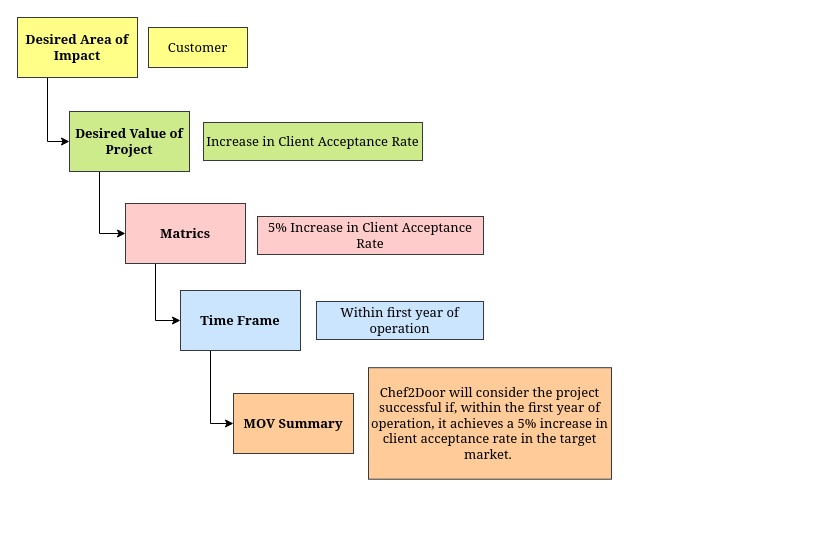
AbeSoll/Draw.io keeps this draw.io diagram as page "Page-1" (1 of 2) of Untitled Diagram.drawio. Above is the earlier version. Source tidied: cells renumbered, new cells numbered last; positions are measured from the earlier drawing's top-left corner, leaving out a move shared by most shapes. Both pictures are drawn from the tidied source at 100%, with x=0, y=0 at pixel (17, 17).
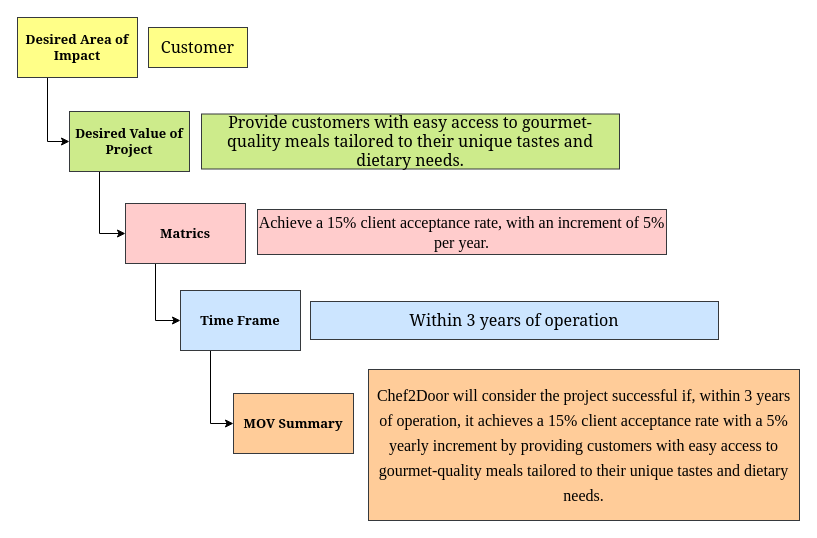
The same diagram, later.

Diff of the diagram source:
```diff
@@
 <mxGraphModel>
   <root>
     <mxCell id="0" />
     <mxCell id="1" parent="0" />
-    <mxCell id="2" value="Customer" style="rounded=0;whiteSpace=wrap;html=1;fillColor=#ffff88;strokeColor=#36393d;fontFamily=Georgia;fontSize=13;" parent="1" vertex="1">
+    <mxCell id="2" value="Customer" style="rounded=0;whiteSpace=wrap;html=1;fillColor=#ffff88;strokeColor=#36393d;fontFamily=Georgia;fontSize=16;" parent="1" vertex="1">
       <mxGeometry x="131" y="10" width="99" height="40" as="geometry" />
     </mxCell>
-    <mxCell id="3" value="Increase in Client Acceptance Rate" style="rounded=0;whiteSpace=wrap;html=1;fillColor=#cdeb8b;strokeColor=#36393d;fontFamily=Georgia;fontSize=13;" parent="1" vertex="1">
-      <mxGeometry x="186" y="105" width="219" height="38" as="geometry" />
+    <mxCell id="3" value="Provide customers with easy access to gourmet-quality meals tailored to their unique tastes and dietary needs." style="rounded=0;whiteSpace=wrap;html=1;fillColor=#cdeb8b;strokeColor=#36393d;fontFamily=Georgia;fontSize=16;" parent="1" vertex="1">
+      <mxGeometry x="184" y="96.5" width="418" height="55" as="geometry" />
     </mxCell>
-    <mxCell id="4" value="5% Increase in Client Acceptance Rate" style="rounded=0;whiteSpace=wrap;html=1;fillColor=#ffcccc;strokeColor=#36393d;fontFamily=Georgia;fontSize=13;" parent="1" vertex="1">
-      <mxGeometry x="240" y="199" width="226" height="38" as="geometry" />
+    <mxCell id="4" value="&lt;font face=&quot;Times New Roman, serif&quot; style=&quot;font-size: 16px;&quot;&gt;&lt;span style=&quot;font-size: 16px;&quot;&gt;Achieve a 15% client acceptance rate, with an increment of 5% per year.&lt;/span&gt;&lt;/font&gt;" style="rounded=0;whiteSpace=wrap;html=1;fillColor=#ffcccc;strokeColor=#36393d;fontFamily=Georgia;fontSize=16;" parent="1" vertex="1">
+      <mxGeometry x="240" y="192" width="409" height="45" as="geometry" />
     </mxCell>
     <mxCell id="5" style="edgeStyle=orthogonalEdgeStyle;rounded=0;jettySize=auto;html=1;exitX=0.25;exitY=1;exitDx=0;exitDy=0;entryX=0;entryY=0.5;entryDx=0;entryDy=0;fontFamily=Georgia;fontSize=13;" parent="1" edge="1" source="6" target="8">
       <mxGeometry relative="1" as="geometry" />
     </mxCell>
     <mxCell id="6" value="Desired Area of Impact" style="rounded=0;whiteSpace=wrap;html=1;fillColor=#ffff88;strokeColor=#36393d;fontFamily=Georgia;fontSize=13;fontStyle=1;" parent="1" vertex="1">
       <mxGeometry width="120" height="60" as="geometry" />
     </mxCell>
     <mxCell id="7" style="edgeStyle=orthogonalEdgeStyle;rounded=0;jettySize=auto;html=1;exitX=0.25;exitY=1;exitDx=0;exitDy=0;entryX=0;entryY=0.5;entryDx=0;entryDy=0;fontFamily=Georgia;fontSize=13;" parent="1" edge="1" source="8" target="10">
       <mxGeometry relative="1" as="geometry" />
     </mxCell>
     <mxCell id="8" value="Desired Value of Project" style="rounded=0;whiteSpace=wrap;html=1;fillColor=#cdeb8b;strokeColor=#36393d;fontFamily=Georgia;fontSize=13;fontStyle=1;" parent="1" vertex="1">
       <mxGeometry x="52" y="94" width="120" height="60" as="geometry" />
     </mxCell>
     <mxCell id="9" style="edgeStyle=orthogonalEdgeStyle;rounded=0;jettySize=auto;html=1;exitX=0.25;exitY=1;exitDx=0;exitDy=0;entryX=0;entryY=0.5;entryDx=0;entryDy=0;fontFamily=Georgia;fontSize=13;" parent="1" edge="1" source="10" target="12">
       <mxGeometry relative="1" as="geometry" />
     </mxCell>
     <mxCell id="10" value="Matrics" style="rounded=0;whiteSpace=wrap;html=1;fillColor=#ffcccc;strokeColor=#36393d;fontFamily=Georgia;fontSize=13;fontStyle=1;" parent="1" vertex="1">
       <mxGeometry x="108" y="186" width="120" height="60" as="geometry" />
     </mxCell>
     <mxCell id="11" style="edgeStyle=orthogonalEdgeStyle;rounded=0;jettySize=auto;html=1;exitX=0.25;exitY=1;exitDx=0;exitDy=0;entryX=0;entryY=0.5;entryDx=0;entryDy=0;fontFamily=Georgia;fontSize=13;" parent="1" edge="1" source="12" target="14">
       <mxGeometry relative="1" as="geometry" />
     </mxCell>
     <mxCell id="12" value="Time Frame" style="rounded=0;whiteSpace=wrap;html=1;fillColor=#cce5ff;strokeColor=#36393d;fontFamily=Georgia;fontSize=13;fontStyle=1;" parent="1" vertex="1">
       <mxGeometry x="163" y="273" width="120" height="60" as="geometry" />
     </mxCell>
-    <mxCell id="13" value="Within first year of operation" style="rounded=0;whiteSpace=wrap;html=1;fillColor=#cce5ff;strokeColor=#36393d;fontFamily=Georgia;fontSize=13;" parent="1" vertex="1">
-      <mxGeometry x="299" y="284" width="167" height="38" as="geometry" />
+    <mxCell id="13" value="Within 3 years of operation" style="rounded=0;whiteSpace=wrap;html=1;fillColor=#cce5ff;strokeColor=#36393d;fontFamily=Georgia;fontSize=16;" parent="1" vertex="1">
+      <mxGeometry x="293" y="284" width="408" height="38" as="geometry" />
     </mxCell>
     <mxCell id="14" value="MOV Summary" style="rounded=0;whiteSpace=wrap;html=1;fillColor=#ffcc99;strokeColor=#36393d;fontFamily=Georgia;fontSize=13;fontStyle=1;" parent="1" vertex="1">
       <mxGeometry x="216" y="376" width="120" height="60" as="geometry" />
     </mxCell>
-    <mxCell id="15" value="&lt;div style=&quot;font-size: 13px;&quot;&gt;&lt;span style=&quot;background-color: initial; font-size: 13px;&quot;&gt;Chef2Door will consider the project successful if, within the first year of operation, it achieves a 5% increase in client acceptance rate in the target market.&amp;nbsp;&lt;/span&gt;&lt;/div&gt;" style="rounded=0;html=1;align=center;labelBorderColor=none;spacingBottom=0;spacingTop=0;whiteSpace=wrap;fillColor=#ffcc99;strokeColor=#36393d;fontFamily=Georgia;fontSize=13;" parent="1" vertex="1">
-      <mxGeometry x="351" y="350.2" width="243" height="111.5" as="geometry" />
+    <mxCell id="15" value="&lt;div style=&quot;font-size: 16px;&quot;&gt;&lt;p class=&quot;MsoListParagraph&quot; style=&quot;margin-bottom: 0cm; line-height: 150%; font-size: 16px;&quot;&gt;&lt;font face=&quot;Times New Roman, serif&quot; style=&quot;font-size: 16px;&quot;&gt;&lt;span style=&quot;font-size: 16px;&quot;&gt;Chef2Door will consider the project successful if, within 3 years of operation, it achieves a 15% client acceptance rate with a 5% yearly increment by providing customers with easy access to gourmet-quality meals tailored to their unique tastes and dietary needs.&lt;/span&gt;&lt;/font&gt;&lt;br style=&quot;font-size: 16px;&quot;&gt;&lt;/p&gt;&lt;/div&gt;" style="rounded=0;html=1;align=center;labelBorderColor=none;spacingBottom=0;spacingTop=-16;whiteSpace=wrap;fillColor=#ffcc99;strokeColor=#36393d;fontFamily=Georgia;fontSize=16;verticalAlign=middle;spacing=2;spacingRight=0;" parent="1" vertex="1">
+      <mxGeometry x="351" y="352" width="431" height="151" as="geometry" />
     </mxCell>
   </root>
 </mxGraphModel>
```
